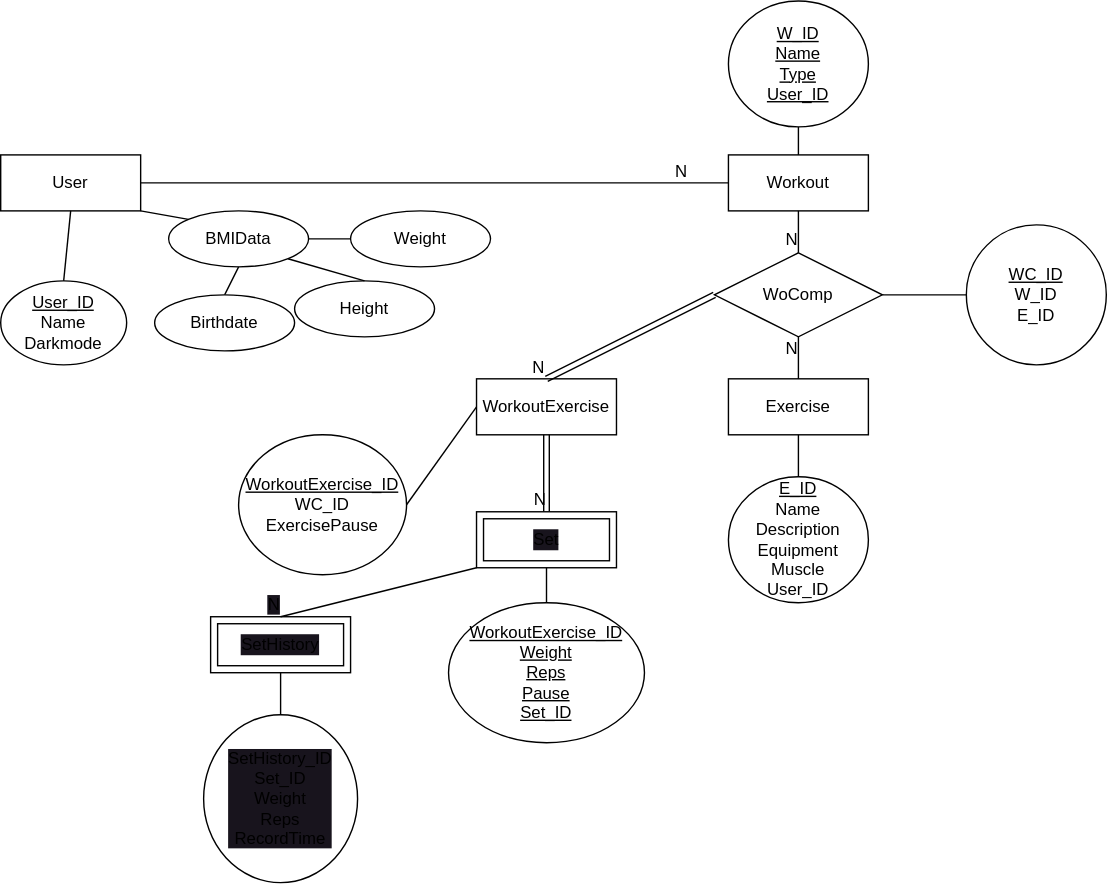
willizielke/FitnessWebAppDocumentation keeps this draw.io diagram as EER-Diagramm.drawio.svg. Above is the earlier version. Source tidied: cells renumbered, new cells last; positions are measured from the earlier drawing's top-left corner, leaving out a move shared by most shapes.
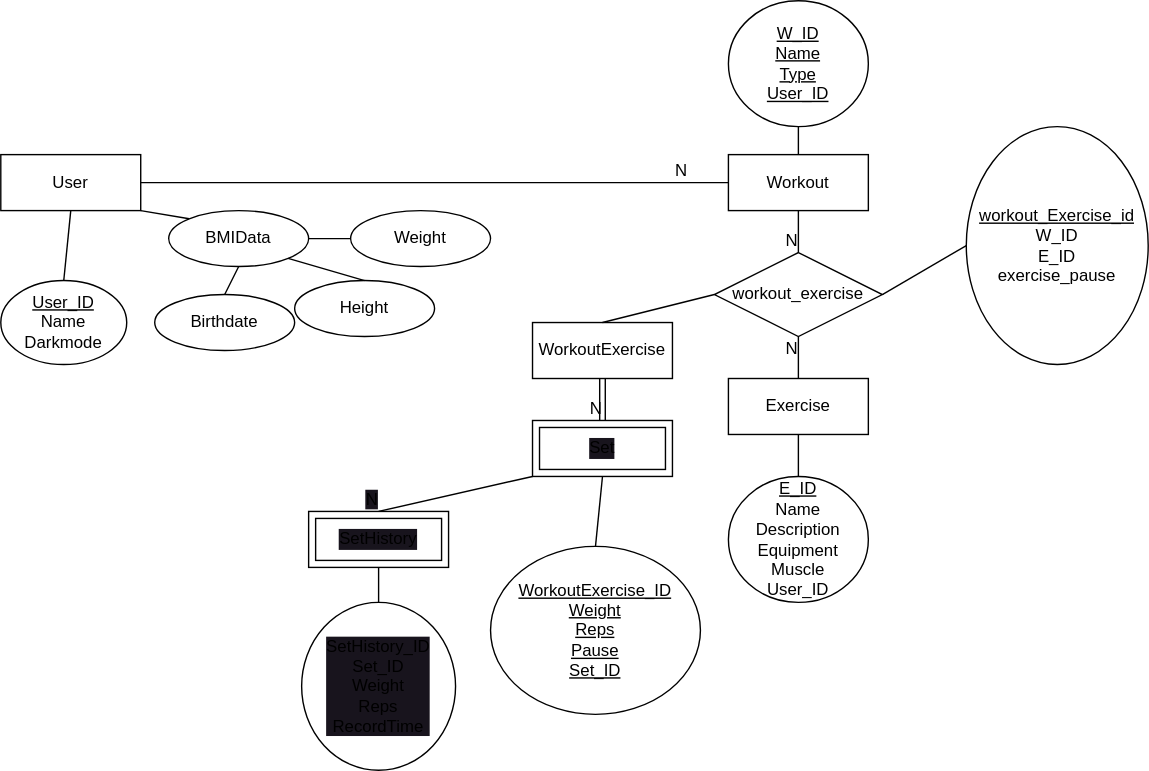
After the commit.

Commit message:
update EER_Diagram

Change to the diagram source:
```diff
@@ -33,7 +33,7 @@
     <mxCell id="10" style="endArrow=none;html=1;rounded=0;exitX=0.5;exitY=0;exitDx=0;exitDy=0;entryX=0.5;entryY=1;entryDx=0;entryDy=0;" parent="1" edge="1" source="9" target="4">
       <mxGeometry relative="1" as="geometry" />
     </mxCell>
-    <mxCell id="11" value="WoComp" style="shape=rhombus;perimeter=rhombusPerimeter;whiteSpace=wrap;html=1;align=center;" parent="1" vertex="1">
+    <mxCell id="11" value="workout_exercise" style="shape=rhombus;perimeter=rhombusPerimeter;whiteSpace=wrap;html=1;align=center;" parent="1" vertex="1">
       <mxGeometry x="510" y="180" width="120" height="60" as="geometry" />
     </mxCell>
     <mxCell id="12" style="endArrow=none;html=1;rounded=0;entryX=0.5;entryY=1;entryDx=0;entryDy=0;" parent="1" edge="1" target="3">
@@ -61,25 +61,16 @@
     <mxCell id="17" style="endArrow=none;html=1;rounded=0;exitX=0.5;exitY=0;exitDx=0;exitDy=0;entryX=0.5;entryY=1;entryDx=0;entryDy=0;" parent="1" edge="1" source="3" target="16">
       <mxGeometry relative="1" as="geometry" />
     </mxCell>
-    <mxCell id="18" value="&lt;u&gt;WC_ID&lt;/u&gt;&lt;br&gt;W_ID&lt;br&gt;E_ID" style="ellipse;whiteSpace=wrap;html=1;align=center;" parent="1" vertex="1">
-      <mxGeometry x="690" y="160" width="100" height="100" as="geometry" />
+    <mxCell id="18" value="&lt;u&gt;workout_Exercise_id&lt;/u&gt;&lt;br&gt;W_ID&lt;br&gt;E_ID&lt;br&gt;exercise_pause" style="ellipse;whiteSpace=wrap;html=1;align=center;" parent="1" vertex="1">
+      <mxGeometry x="690" y="90" width="130" height="170" as="geometry" />
     </mxCell>
     <mxCell id="19" style="endArrow=none;html=1;rounded=0;exitX=1;exitY=0.5;exitDx=0;exitDy=0;entryX=0;entryY=0.5;entryDx=0;entryDy=0;" parent="1" edge="1" source="11" target="18">
       <mxGeometry relative="1" as="geometry" />
     </mxCell>
     <mxCell id="20" value="WorkoutExercise" style="whiteSpace=wrap;html=1;align=center;" parent="1" vertex="1">
-      <mxGeometry x="340" y="270" width="100" height="40" as="geometry" />
+      <mxGeometry x="380" y="230" width="100" height="40" as="geometry" />
     </mxCell>
-    <mxCell id="21" style="shape=link;html=1;rounded=0;entryX=0.5;entryY=0;entryDx=0;entryDy=0;exitX=0;exitY=0.5;exitDx=0;exitDy=0;" parent="1" edge="1" source="11" target="20">
-      <mxGeometry relative="1" as="geometry" />
-    </mxCell>
-    <mxCell id="22" value="N" style="html=1;align=right;verticalAlign=bottom;" parent="21" vertex="1">
-      <mxGeometry x="1" relative="1" as="geometry" />
-    </mxCell>
-    <mxCell id="23" value="&lt;u&gt;WorkoutExercise_ID&lt;/u&gt;&lt;br&gt;WC_ID&lt;br&gt;ExercisePause" style="ellipse;whiteSpace=wrap;html=1;align=center;" parent="1" vertex="1">
-      <mxGeometry x="170" y="310" width="120" height="100" as="geometry" />
-    </mxCell>
-    <mxCell id="24" style="endArrow=none;html=1;rounded=0;exitX=0;exitY=0.5;exitDx=0;exitDy=0;entryX=1;entryY=0.5;entryDx=0;entryDy=0;" parent="1" edge="1" source="20" target="23">
+    <mxCell id="24" style="endArrow=none;html=1;rounded=0;exitX=0.5;exitY=0;exitDx=0;exitDy=0;entryX=0;entryY=0.5;entryDx=0;entryDy=0;" parent="1" edge="1" source="20" target="11">
       <mxGeometry relative="1" as="geometry" />
     </mxCell>
     <mxCell id="25" style="shape=link;html=1;rounded=0;exitX=0.5;exitY=1;exitDx=0;exitDy=0;entryX=0.5;entryY=0;entryDx=0;entryDy=0;" parent="1" edge="1" source="20" target="36">
@@ -89,7 +80,7 @@
       <mxGeometry x="1" relative="1" as="geometry" />
     </mxCell>
     <mxCell id="27" value="&lt;u&gt;WorkoutExercise_ID&lt;br&gt;Weight&lt;br&gt;Reps&lt;br&gt;Pause&lt;br&gt;Set_ID&lt;br&gt;&lt;/u&gt;" style="ellipse;whiteSpace=wrap;html=1;align=center;" parent="1" vertex="1">
-      <mxGeometry x="320" y="430" width="140" height="100" as="geometry" />
+      <mxGeometry x="350" y="390" width="150" height="120" as="geometry" />
     </mxCell>
     <mxCell id="28" value="BMIData" style="ellipse;whiteSpace=wrap;html=1;align=center;" parent="1" vertex="1">
       <mxGeometry x="120" y="150" width="100" height="40" as="geometry" />
@@ -116,13 +107,13 @@
       <mxGeometry x="110" y="210" width="100" height="40" as="geometry" />
     </mxCell>
     <mxCell id="36" value="Set" style="shape=ext;margin=3;double=1;whiteSpace=wrap;html=1;align=center;labelBackgroundColor=#18141D;" parent="1" vertex="1">
-      <mxGeometry x="340" y="365" width="100" height="40" as="geometry" />
+      <mxGeometry x="380" y="300" width="100" height="40" as="geometry" />
     </mxCell>
     <mxCell id="37" style="endArrow=none;html=1;rounded=0;exitX=0.5;exitY=1;exitDx=0;exitDy=0;entryX=0.5;entryY=0;entryDx=0;entryDy=0;" parent="1" edge="1" source="36" target="27">
       <mxGeometry relative="1" as="geometry" />
     </mxCell>
     <mxCell id="38" value="SetHistory" style="shape=ext;margin=3;double=1;whiteSpace=wrap;html=1;align=center;labelBackgroundColor=#18141D;" parent="1" vertex="1">
-      <mxGeometry x="150" y="440" width="100" height="40" as="geometry" />
+      <mxGeometry x="220" y="365" width="100" height="40" as="geometry" />
     </mxCell>
     <mxCell id="39" style="endArrow=none;html=1;rounded=0;exitX=0;exitY=1;exitDx=0;exitDy=0;entryX=0.5;entryY=0;entryDx=0;entryDy=0;" parent="1" edge="1" source="36" target="38">
       <mxGeometry relative="1" as="geometry" />
@@ -131,7 +122,7 @@
       <mxGeometry x="1" relative="1" as="geometry" />
     </mxCell>
     <mxCell id="41" value="SetHistory_ID&lt;br&gt;Set_ID&lt;br&gt;Weight&lt;br&gt;Reps&lt;br&gt;RecordTime" style="ellipse;whiteSpace=wrap;html=1;align=center;labelBackgroundColor=#18141D;" parent="1" vertex="1">
-      <mxGeometry x="145" y="510" width="110" height="120" as="geometry" />
+      <mxGeometry x="215" y="430" width="110" height="120" as="geometry" />
     </mxCell>
     <mxCell id="42" style="endArrow=none;html=1;rounded=0;exitX=0.5;exitY=0;exitDx=0;exitDy=0;entryX=0.5;entryY=1;entryDx=0;entryDy=0;" parent="1" edge="1" source="41" target="38">
       <mxGeometry relative="1" as="geometry" />
```
